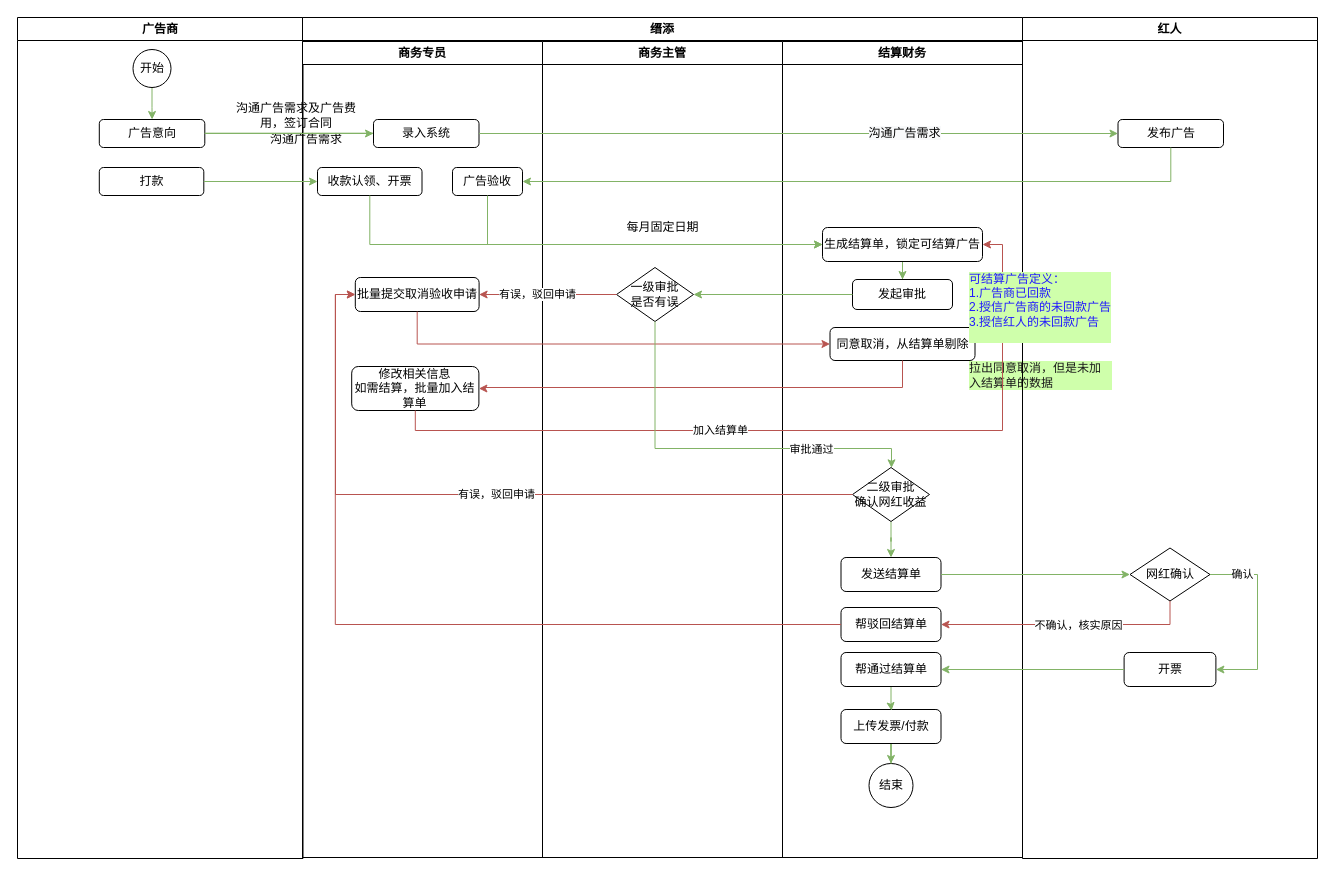
Lucreziacici/work-diary keeps this draw.io diagram as Untitled Diagram.drawio. Above is the earlier version. Source tidied: cells renumbered, new cells numbered last; positions are measured from the earlier drawing's top-left corner, leaving out a move shared by most shapes. Both pictures are drawn from the tidied source at 100%, with x=0, y=0 at pixel (17, 17).
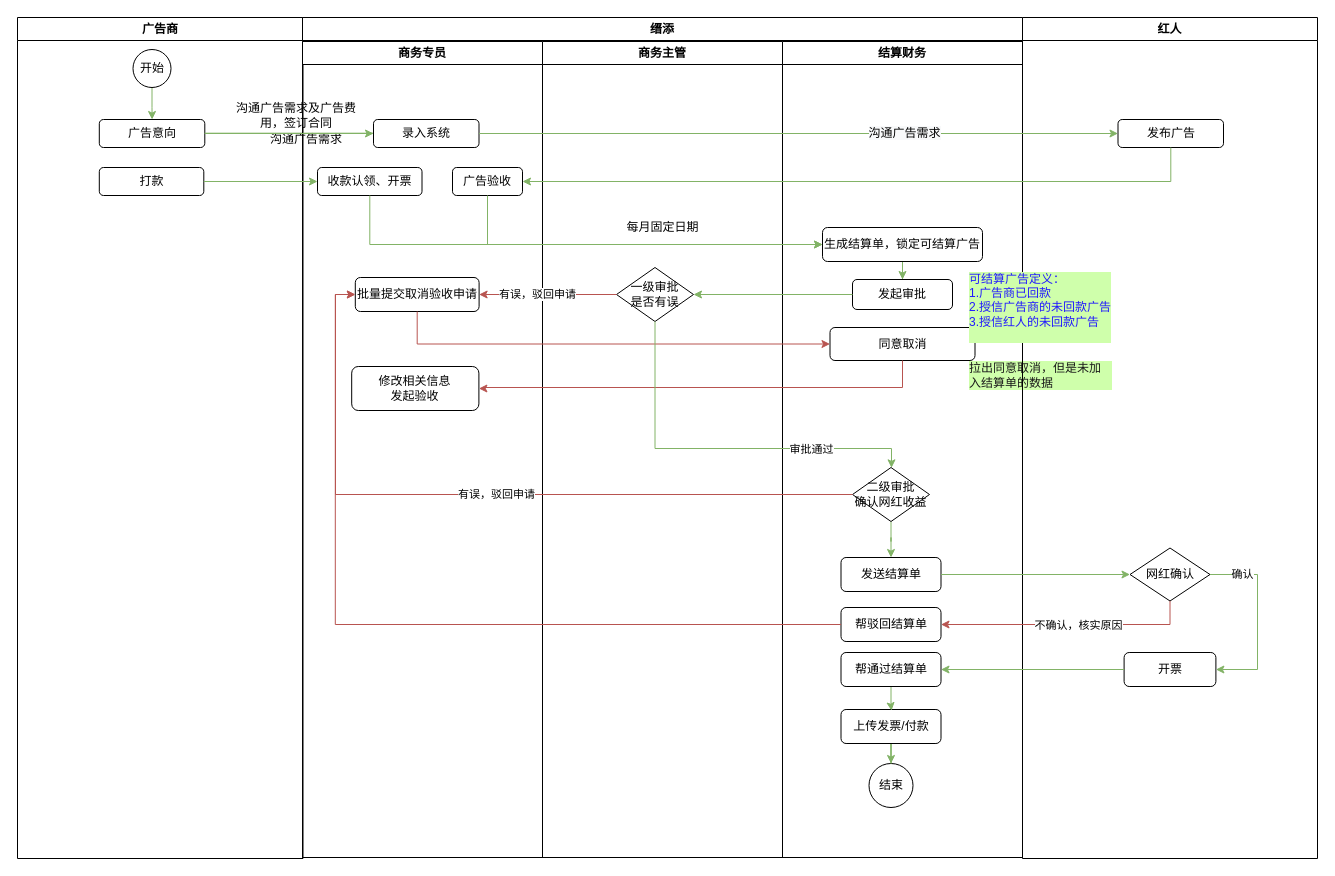
Above is the later version.

The change refers to these unchanged cells:
```xml
<mxCell id="8" value="缙添" style="swimlane;whiteSpace=wrap;swimlaneLine=1;" parent="1" vertex="1">
  <mxGeometry x="285" width="720" height="840" as="geometry" />
</mxCell>
<mxCell id="10" value="商务专员" style="swimlane;whiteSpace=wrap;sketch=0;rounded=0;shadow=0;startSize=23;" parent="8" vertex="1">
  <mxGeometry y="24" width="240" height="816" as="geometry" />
</mxCell>
<mxCell id="20" value="结算财务" style="swimlane;whiteSpace=wrap;sketch=0;rounded=0;shadow=0;" parent="8" vertex="1">
  <mxGeometry x="480" y="24" width="240" height="816" as="geometry" />
</mxCell>
<mxCell id="22" value="生成结算单，锁定可结算广告" style="rounded=1;whiteSpace=wrap;html=1;" parent="20" vertex="1">
  <mxGeometry x="40" y="186" width="160" height="34" as="geometry" />
</mxCell>
```

Change to the diagram source:
```diff
@@
-    <mxCell id="16" value="修改相关信息&lt;br&gt;如需结算，批量加入结算单" style="rounded=1;whiteSpace=wrap;html=1;labelBackgroundColor=none;fontColor=default;align=center;" parent="10" vertex="1">
+    <mxCell id="16" value="修改相关信息&lt;br&gt;发起验收" style="rounded=1;whiteSpace=wrap;html=1;labelBackgroundColor=none;fontColor=default;align=center;" parent="10" vertex="1">
       <mxGeometry x="49.2" y="325" width="127.2" height="44" as="geometry" />
     </mxCell>
@@
-    <mxCell id="23" value="同意取消，从结算单剔除" style="rounded=1;whiteSpace=wrap;html=1;" parent="20" vertex="1">
+    <mxCell id="23" value="同意取消" style="rounded=1;whiteSpace=wrap;html=1;" parent="20" vertex="1">
       <mxGeometry x="47.5" y="286" width="145" height="33" as="geometry" />
     </mxCell>
@@
-    <mxCell id="41" style="edgeStyle=orthogonalEdgeStyle;rounded=0;jettySize=auto;html=1;entryX=1;entryY=0.5;entryDx=0;entryDy=0;fontColor=default;exitX=0.5;exitY=1;exitDx=0;exitDy=0;fillColor=#f8cecc;strokeColor=#b85450;" parent="8" edge="1" source="16" target="22">
-      <mxGeometry relative="1" as="geometry" />
-    </mxCell>
-    <mxCell id="42" value="加入结算单" style="edgeLabel;html=1;align=center;verticalAlign=middle;fontColor=default;" parent="41" vertex="1">
-      <mxGeometry x="-0.2" y="1" relative="1" as="geometry" />
-    </mxCell>
```
